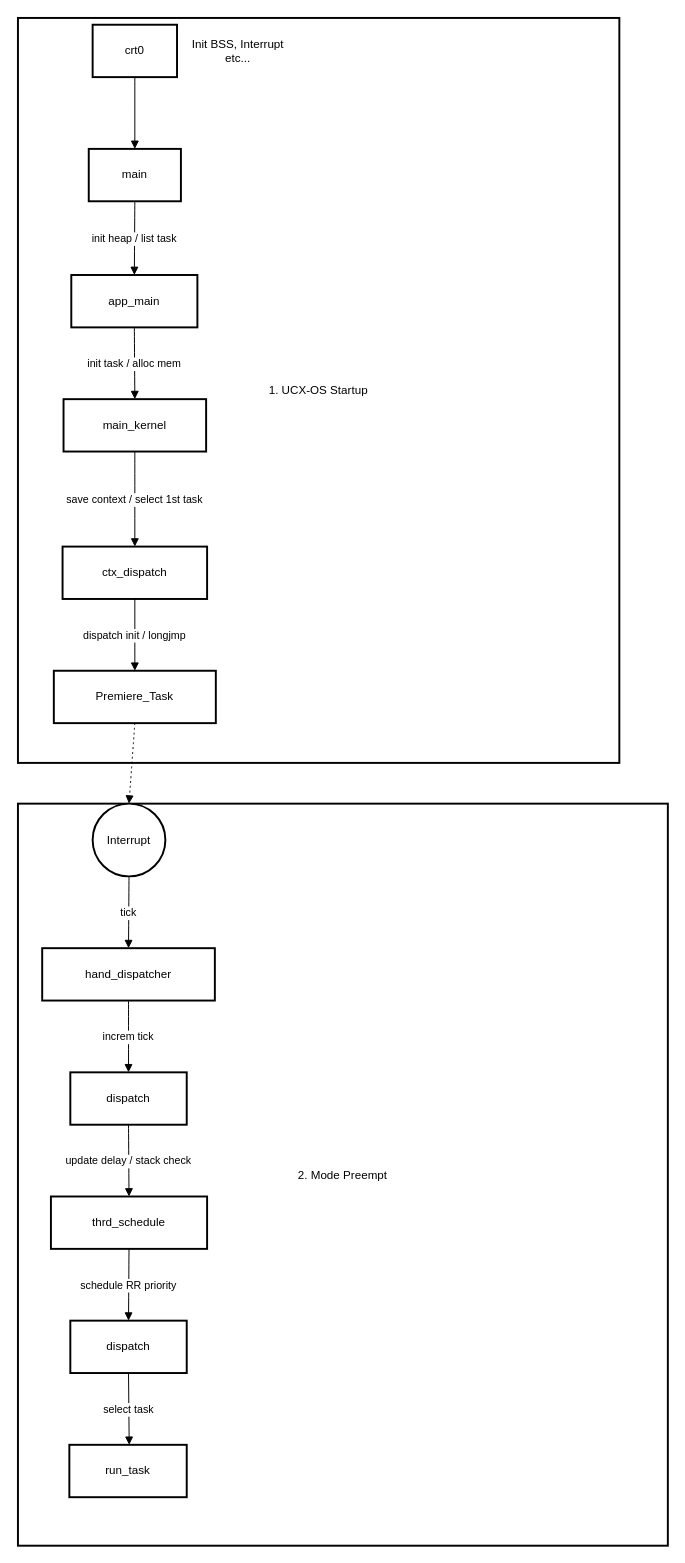
bouleaulama30/ucx-os-ARINC653 keeps this draw.io diagram as schemes/startup_and_schedule_ucx-os.drawio. Above is the earlier version. Source tidied: cells renumbered, new cells numbered last; positions are measured from the earlier drawing's top-left corner, leaving out a move shared by most shapes. Both pictures are drawn from the tidied source at 97%, with x=0, y=0 at pixel (17, 17).
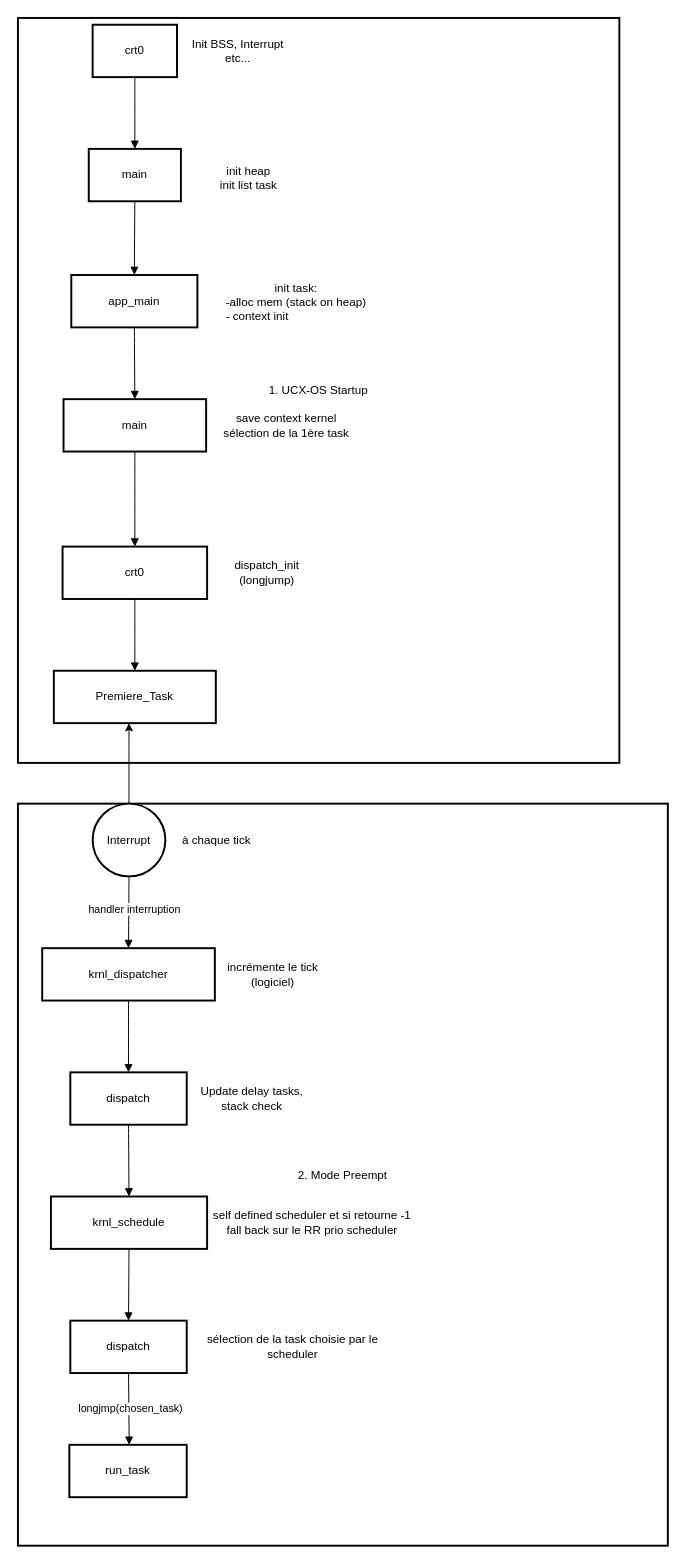
The same page after the edit.

Unchanged cells that the change refers to:
```xml
<mxCell id="5" value="main" style="whiteSpace=wrap;strokeWidth=2;" parent="1" vertex="1">
  <mxGeometry x="73" y="135" width="95" height="54" as="geometry" />
</mxCell>
<mxCell id="6" value="app_main" style="whiteSpace=wrap;strokeWidth=2;" parent="1" vertex="1">
  <mxGeometry x="55" y="265" width="130" height="54" as="geometry" />
</mxCell>
<mxCell id="9" value="Premiere_Task" style="whiteSpace=wrap;strokeWidth=2;" parent="1" vertex="1">
  <mxGeometry x="37" y="673" width="167" height="54" as="geometry" />
</mxCell>
<mxCell id="10" value="Interrupt" style="ellipse;strokeWidth=2;whiteSpace=wrap;" parent="1" vertex="1">
  <mxGeometry x="77" y="810" width="75" height="75" as="geometry" />
</mxCell>
<mxCell id="12" value="dispatch" style="whiteSpace=wrap;strokeWidth=2;" parent="1" vertex="1">
  <mxGeometry x="54" y="1087" width="120" height="54" as="geometry" />
</mxCell>
<mxCell id="14" value="dispatch" style="whiteSpace=wrap;strokeWidth=2;" parent="1" vertex="1">
  <mxGeometry x="54" y="1343" width="120" height="54" as="geometry" />
</mxCell>
<mxCell id="15" value="run_task" style="whiteSpace=wrap;strokeWidth=2;" parent="1" vertex="1">
  <mxGeometry x="53" y="1471" width="121" height="54" as="geometry" />
</mxCell>
```

Diff of the diagram source:
```diff
@@
-    <mxCell id="7" value="main_kernel" style="whiteSpace=wrap;strokeWidth=2;" parent="1" vertex="1">
+    <mxCell id="7" value="main" style="whiteSpace=wrap;strokeWidth=2;" parent="1" vertex="1">
       <mxGeometry x="47" y="393" width="147" height="54" as="geometry" />
     </mxCell>
-    <mxCell id="8" value="ctx_dispatch" style="whiteSpace=wrap;strokeWidth=2;" parent="1" vertex="1">
+    <mxCell id="8" value="crt0" style="whiteSpace=wrap;strokeWidth=2;" parent="1" vertex="1">
       <mxGeometry x="46" y="545" width="149" height="54" as="geometry" />
     </mxCell>
@@
+    <mxCell id="28" style="edgeStyle=orthogonalEdgeStyle;rounded=0;jettySize=auto;html=1;" parent="1" edge="1" source="10" target="9">
+      <mxGeometry relative="1" as="geometry">
+        <Array as="points">
+          <mxPoint x="115" y="750" />
+          <mxPoint x="115" y="750" />
+        </Array>
+      </mxGeometry>
+    </mxCell>
@@
-    <mxCell id="11" value="hand_dispatcher" style="whiteSpace=wrap;strokeWidth=2;" parent="1" vertex="1">
+    <mxCell id="11" value="krnl_dispatcher" style="whiteSpace=wrap;strokeWidth=2;" parent="1" vertex="1">
       <mxGeometry x="25" y="959" width="178" height="54" as="geometry" />
     </mxCell>
@@
-    <mxCell id="13" value="thrd_schedule" style="whiteSpace=wrap;strokeWidth=2;" parent="1" vertex="1">
+    <mxCell id="13" value="krnl_schedule" style="whiteSpace=wrap;strokeWidth=2;" parent="1" vertex="1">
       <mxGeometry x="34" y="1215" width="161" height="54" as="geometry" />
     </mxCell>
@@
-    <mxCell id="17" value="init heap / list task" style="curved=1;startArrow=none;endArrow=block;exitX=0.5;exitY=1;entryX=0.5;entryY=0;rounded=0;" parent="1" edge="1" source="5" target="6">
+    <mxCell id="17" style="curved=1;startArrow=none;endArrow=block;exitX=0.5;exitY=1;entryX=0.5;entryY=0;rounded=0;" parent="1" edge="1" source="5" target="6">
       <mxGeometry relative="1" as="geometry" />
     </mxCell>
-    <mxCell id="18" value="init task / alloc mem" style="curved=1;startArrow=none;endArrow=block;exitX=0.5;exitY=1;entryX=0.5;entryY=0;rounded=0;" parent="1" edge="1" source="6" target="7">
+    <mxCell id="18" style="curved=1;startArrow=none;endArrow=block;exitX=0.5;exitY=1;entryX=0.5;entryY=0;rounded=0;" parent="1" edge="1" source="6" target="7">
       <mxGeometry relative="1" as="geometry" />
     </mxCell>
-    <mxCell id="19" value="save context / select 1st task" style="curved=1;startArrow=none;endArrow=block;exitX=0.5;exitY=1;entryX=0.5;entryY=0;rounded=0;" parent="1" edge="1" source="7" target="8">
+    <mxCell id="19" style="curved=1;startArrow=none;endArrow=block;exitX=0.5;exitY=1;entryX=0.5;entryY=0;rounded=0;" parent="1" edge="1" source="7" target="8">
       <mxGeometry relative="1" as="geometry" />
     </mxCell>
-    <mxCell id="20" value="dispatch init / longjmp" style="curved=1;startArrow=none;endArrow=block;exitX=0.5;exitY=1;entryX=0.5;entryY=0;rounded=0;" parent="1" edge="1" source="8" target="9">
+    <mxCell id="20" style="curved=1;startArrow=none;endArrow=block;exitX=0.5;exitY=1;entryX=0.5;entryY=0;rounded=0;" parent="1" edge="1" source="8" target="9">
       <mxGeometry relative="1" as="geometry" />
     </mxCell>
-    <mxCell id="21" style="curved=1;dashed=1;dashPattern=2 3;startArrow=none;endArrow=block;exitX=0.5;exitY=1;entryX=0.5;entryY=0;rounded=0;" parent="1" edge="1" source="9" target="10">
-      <mxGeometry relative="1" as="geometry" />
-    </mxCell>
-    <mxCell id="22" value="tick" style="curved=1;startArrow=none;endArrow=block;exitX=0.5;exitY=0.99;entryX=0.5;entryY=-0.01;rounded=0;" parent="1" edge="1" source="10" target="11">
+    <mxCell id="22" style="curved=1;startArrow=none;endArrow=block;exitX=0.5;exitY=0.99;entryX=0.5;entryY=-0.01;rounded=0;" parent="1" edge="1" source="10" target="11">
       <mxGeometry relative="1" as="geometry" />
     </mxCell>
+    <mxCell id="29" value="handler interruption" style="edgeLabel;html=1;align=center;verticalAlign=middle;" parent="22" vertex="1">
+      <mxGeometry x="-0.11" y="5" relative="1" as="geometry" />
+    </mxCell>
-    <mxCell id="23" value="increm tick" style="curved=1;startArrow=none;endArrow=block;exitX=0.5;exitY=0.99;entryX=0.5;entryY=-0.01;rounded=0;" parent="1" edge="1" source="11" target="12">
+    <mxCell id="23" style="curved=1;startArrow=none;endArrow=block;exitX=0.5;exitY=0.99;entryX=0.5;entryY=-0.01;rounded=0;" parent="1" edge="1" source="11" target="12">
       <mxGeometry relative="1" as="geometry" />
     </mxCell>
-    <mxCell id="24" value="update delay / stack check" style="curved=1;startArrow=none;endArrow=block;exitX=0.5;exitY=0.99;entryX=0.5;entryY=-0.01;rounded=0;" parent="1" edge="1" source="12" target="13">
+    <mxCell id="24" style="curved=1;startArrow=none;endArrow=block;exitX=0.5;exitY=0.99;entryX=0.5;entryY=-0.01;rounded=0;" parent="1" edge="1" source="12" target="13">
       <mxGeometry relative="1" as="geometry" />
     </mxCell>
-    <mxCell id="25" value="schedule RR priority" style="curved=1;startArrow=none;endArrow=block;exitX=0.5;exitY=0.99;entryX=0.5;entryY=-0.01;rounded=0;" parent="1" edge="1" source="13" target="14">
+    <mxCell id="25" style="curved=1;startArrow=none;endArrow=block;exitX=0.5;exitY=0.99;entryX=0.5;entryY=-0.01;rounded=0;" parent="1" edge="1" source="13" target="14">
       <mxGeometry relative="1" as="geometry" />
     </mxCell>
-    <mxCell id="26" value="select task" style="curved=1;startArrow=none;endArrow=block;exitX=0.5;exitY=0.99;entryX=0.51;entryY=-0.01;rounded=0;" parent="1" edge="1" source="14" target="15">
+    <mxCell id="26" style="curved=1;startArrow=none;endArrow=block;exitX=0.5;exitY=0.99;entryX=0.51;entryY=-0.01;rounded=0;" parent="1" edge="1" source="14" target="15">
       <mxGeometry relative="1" as="geometry" />
     </mxCell>
+    <mxCell id="30" value="longjmp(chosen_task)" style="edgeLabel;html=1;align=center;verticalAlign=middle;" parent="26" vertex="1">
+      <mxGeometry y="1" relative="1" as="geometry" />
+    </mxCell>
@@
+    <mxCell id="31" value="&lt;div&gt;init heap&lt;/div&gt;&lt;div&gt;init list task&lt;/div&gt;" style="text;html=1;whiteSpace=wrap;strokeColor=none;fillColor=none;align=center;verticalAlign=middle;rounded=0;" parent="1" vertex="1">
+      <mxGeometry x="185" y="150" width="106" height="30" as="geometry" />
+    </mxCell>
+    <mxCell id="32" value="&lt;div&gt;init task:&lt;/div&gt;&lt;div align=&quot;left&quot;&gt;-alloc mem (stack on heap)&lt;/div&gt;&lt;div align=&quot;left&quot;&gt;- context init&lt;/div&gt;" style="text;html=1;whiteSpace=wrap;strokeColor=none;fillColor=none;align=center;verticalAlign=middle;rounded=0;" parent="1" vertex="1">
+      <mxGeometry x="194" y="266" width="186" height="53" as="geometry" />
+    </mxCell>
+    <mxCell id="33" value="&lt;div&gt;save context kernel&lt;/div&gt;&lt;div&gt;sélection de la 1ère task&lt;/div&gt;" style="text;html=1;whiteSpace=wrap;strokeColor=none;fillColor=none;align=center;verticalAlign=middle;rounded=0;" parent="1" vertex="1">
+      <mxGeometry x="204" y="405" width="146" height="30" as="geometry" />
+    </mxCell>
+    <mxCell id="34" value="dispatch_init (longjump)" style="text;html=1;whiteSpace=wrap;strokeColor=none;fillColor=none;align=center;verticalAlign=middle;rounded=0;" parent="1" vertex="1">
+      <mxGeometry x="204" y="557" width="106" height="30" as="geometry" />
+    </mxCell>
+    <mxCell id="35" value="à chaque tick" style="text;html=1;whiteSpace=wrap;strokeColor=none;fillColor=none;align=center;verticalAlign=middle;rounded=0;" parent="1" vertex="1">
+      <mxGeometry x="152" y="832.5" width="106" height="30" as="geometry" />
+    </mxCell>
+    <mxCell id="36" value="incrémente le tick (logiciel)" style="text;html=1;whiteSpace=wrap;strokeColor=none;fillColor=none;align=center;verticalAlign=middle;rounded=0;" parent="1" vertex="1">
+      <mxGeometry x="210" y="971" width="106" height="30" as="geometry" />
+    </mxCell>
+    <mxCell id="37" value="&lt;div&gt;Update delay tasks,&lt;/div&gt;&lt;div&gt;stack check&lt;/div&gt;" style="text;html=1;whiteSpace=wrap;strokeColor=none;fillColor=none;align=center;verticalAlign=middle;rounded=0;" parent="1" vertex="1">
+      <mxGeometry x="174" y="1099" width="135" height="30" as="geometry" />
+    </mxCell>
+    <mxCell id="38" value="self defined scheduler et si retourne -1 fall back sur le RR prio scheduler" style="text;html=1;whiteSpace=wrap;strokeColor=none;fillColor=none;align=center;verticalAlign=middle;rounded=0;" parent="1" vertex="1">
+      <mxGeometry x="195.5" y="1227" width="214.5" height="30" as="geometry" />
+    </mxCell>
+    <mxCell id="39" value="sélection de la task choisie par le scheduler" style="text;html=1;whiteSpace=wrap;strokeColor=none;fillColor=none;align=center;verticalAlign=middle;rounded=0;" parent="1" vertex="1">
+      <mxGeometry x="185.5" y="1355" width="194.5" height="30" as="geometry" />
+    </mxCell>
```
